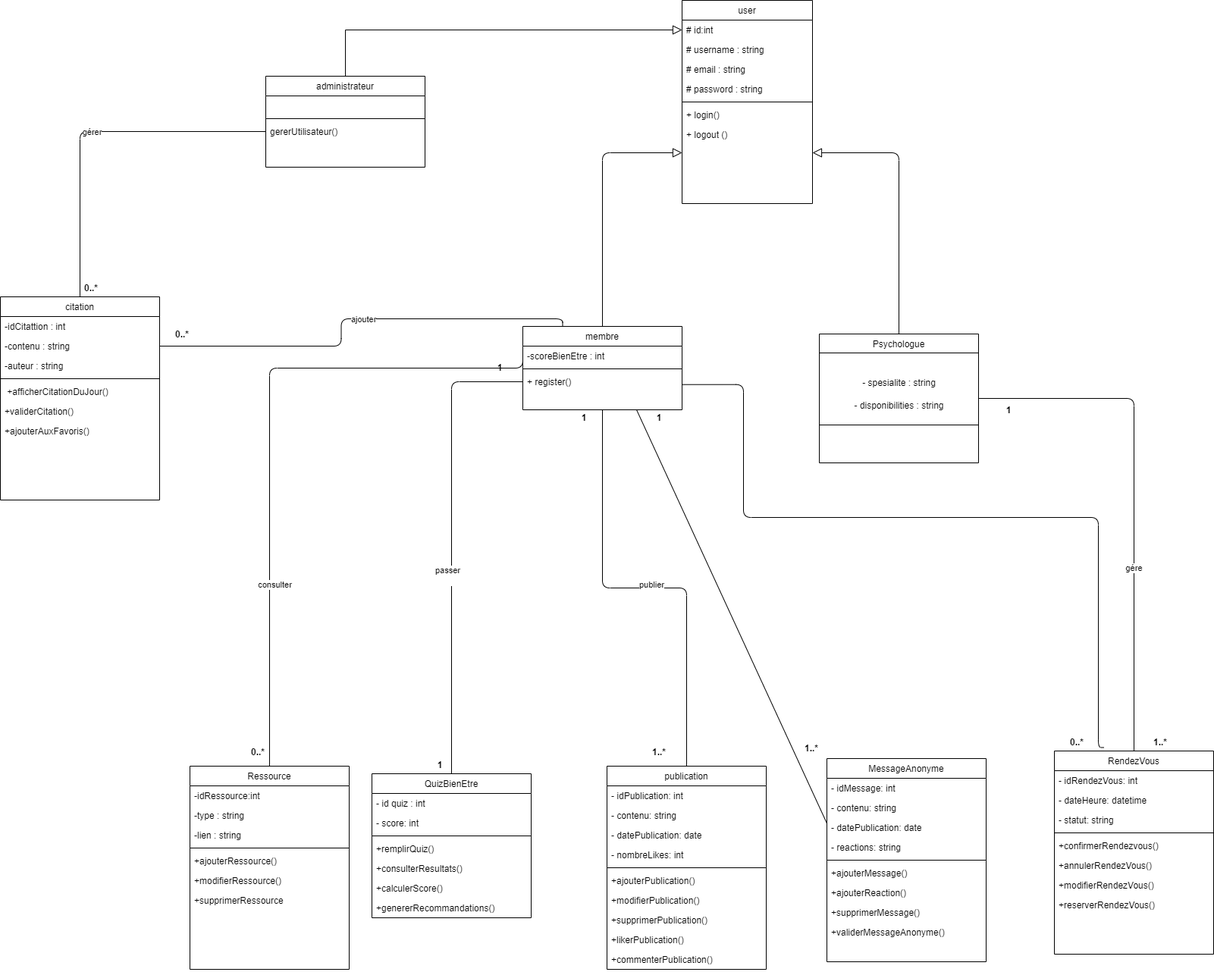
Above: dossier principal/conception UML/diagramme de classe.drawio.png in HananeOubaha/projet-fil-rouge- (draw.io), before the change. Source tidied: cells renumbered, new cells last; positions are measured from the earlier drawing's top-left corner, leaving out a move shared by most shapes.
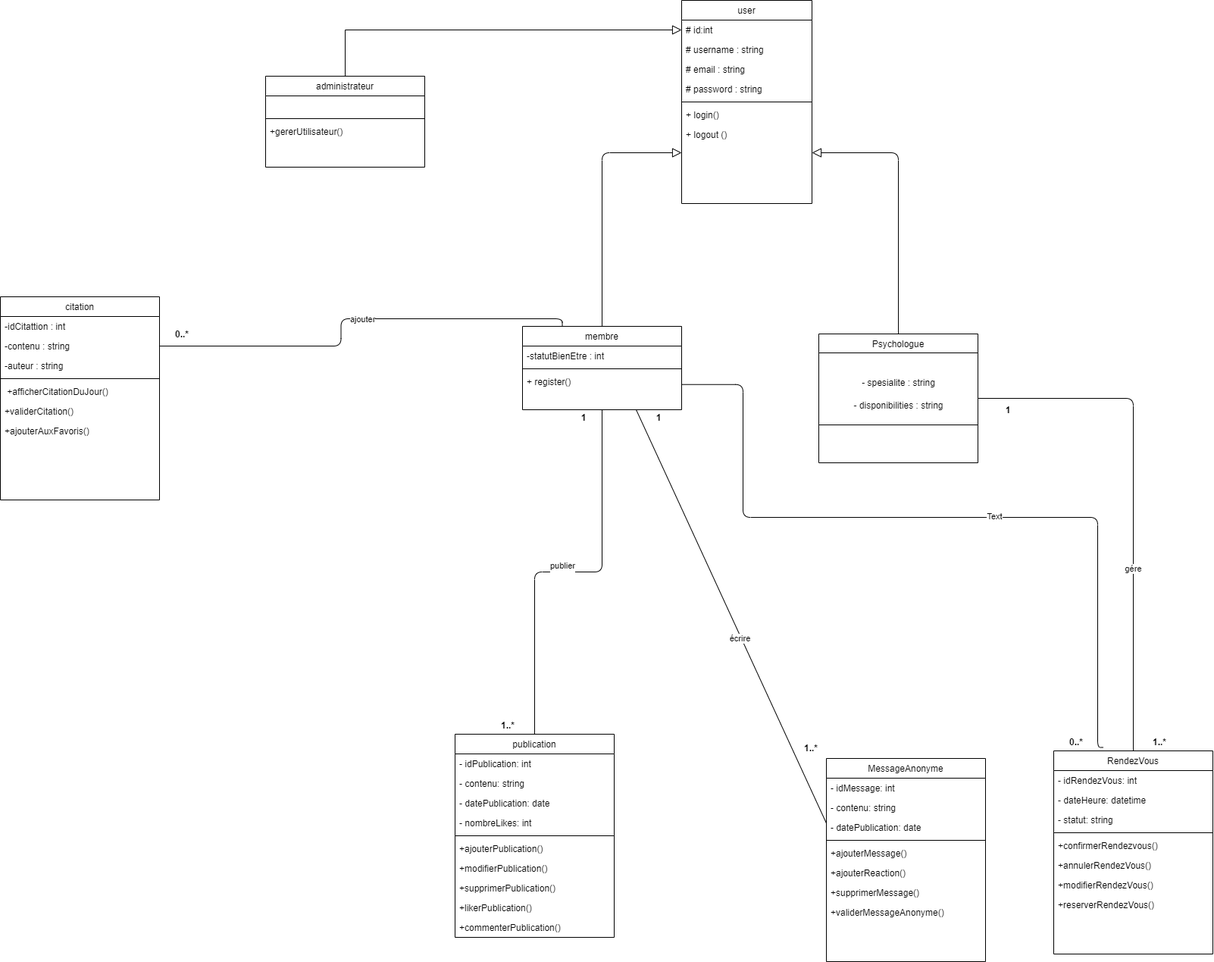
After the change.

Change to the diagram source:
```diff
@@ -35,7 +35,7 @@
     <mxCell id="12" style="line;html=1;strokeWidth=1;align=left;verticalAlign=middle;spacingTop=-1;spacingLeft=3;spacingRight=3;labelPosition=right;" parent="10" vertex="1">
       <mxGeometry y="52" width="210" height="8" as="geometry" />
     </mxCell>
-    <mxCell id="13" value="gererUtilisateur()" style="text;align=left;verticalAlign=top;spacingLeft=4;spacingRight=4;overflow=hidden;points=[[0,0.5],[1,0.5]];portConstraint=eastwest;" parent="10" vertex="1">
+    <mxCell id="13" value="+gererUtilisateur()" style="text;align=left;verticalAlign=top;spacingLeft=4;spacingRight=4;overflow=hidden;points=[[0,0.5],[1,0.5]];portConstraint=eastwest;" parent="10" vertex="1">
       <mxGeometry y="60" width="210" height="26" as="geometry" />
     </mxCell>
     <mxCell id="14" style="edgeStyle=orthogonalEdgeStyle;html=1;entryX=0;entryY=0.75;entryDx=0;entryDy=0;endArrow=block;endFill=0;endSize=10;" parent="1" edge="1" source="15" target="2">
@@ -44,7 +44,7 @@
     <mxCell id="15" value="membre" style="swimlane;fontStyle=0;align=center;verticalAlign=top;horizontal=1;startSize=26;rounded=0;shadow=0;strokeWidth=1;" parent="1" vertex="1">
       <mxGeometry x="689" y="430" width="210" height="110" as="geometry" />
     </mxCell>
-    <mxCell id="16" value="-scoreBienEtre : int" style="text;align=left;verticalAlign=top;spacingLeft=4;spacingRight=4;overflow=hidden;" parent="15" vertex="1">
+    <mxCell id="16" value="-statutBienEtre : int" style="text;align=left;verticalAlign=top;spacingLeft=4;spacingRight=4;overflow=hidden;" parent="15" vertex="1">
       <mxGeometry y="26" width="210" height="26" as="geometry" />
     </mxCell>
     <mxCell id="17" style="line;html=1;strokeWidth=1;align=left;verticalAlign=middle;spacingTop=-1;spacingLeft=3;spacingRight=3;labelPosition=right;" parent="15" vertex="1">
@@ -77,32 +77,8 @@
     <mxCell id="26" style="html=1;align=center;verticalAlign=top;labelBackgroundColor=none;" parent="25" vertex="1">
       <mxGeometry relative="1" as="geometry" />
     </mxCell>
-    <mxCell id="27" value="QuizBienEtre&#10;" style="swimlane;fontStyle=0;align=center;verticalAlign=top;horizontal=1;startSize=26;rounded=0;shadow=0;strokeWidth=1;" parent="1" vertex="1">
-      <mxGeometry x="490" y="1020" width="210" height="190" as="geometry" />
-    </mxCell>
-    <mxCell id="28" value="- id quiz : int" style="text;align=left;verticalAlign=top;spacingLeft=4;spacingRight=4;overflow=hidden;" parent="27" vertex="1">
-      <mxGeometry y="26" width="210" height="26" as="geometry" />
-    </mxCell>
-    <mxCell id="29" value="- score: int" style="text;align=left;verticalAlign=top;spacingLeft=4;spacingRight=4;overflow=hidden;" parent="27" vertex="1">
-      <mxGeometry y="52" width="210" height="26" as="geometry" />
-    </mxCell>
-    <mxCell id="30" style="line;html=1;strokeWidth=1;align=left;verticalAlign=middle;spacingTop=-1;spacingLeft=3;spacingRight=3;labelPosition=right;" parent="27" vertex="1">
-      <mxGeometry y="78" width="210" height="8" as="geometry" />
-    </mxCell>
-    <mxCell id="31" value="+remplirQuiz()" style="text;align=left;verticalAlign=top;spacingLeft=4;spacingRight=4;overflow=hidden;" parent="27" vertex="1">
-      <mxGeometry y="86" width="210" height="26" as="geometry" />
-    </mxCell>
-    <mxCell id="32" value="+consulterResultats()" style="text;align=left;verticalAlign=top;spacingLeft=4;spacingRight=4;overflow=hidden;" parent="27" vertex="1">
-      <mxGeometry y="112" width="210" height="26" as="geometry" />
-    </mxCell>
-    <mxCell id="33" value="+calculerScore()" style="text;align=left;verticalAlign=top;spacingLeft=4;spacingRight=4;overflow=hidden;" parent="27" vertex="1">
-      <mxGeometry y="138" width="210" height="26" as="geometry" />
-    </mxCell>
-    <mxCell id="34" value="+genererRecommandations()" style="text;align=left;verticalAlign=top;spacingLeft=4;spacingRight=4;overflow=hidden;" parent="27" vertex="1">
-      <mxGeometry y="164" width="210" height="26" as="geometry" />
-    </mxCell>
     <mxCell id="35" value="publication" style="swimlane;fontStyle=0;align=center;verticalAlign=top;horizontal=1;startSize=26;rounded=0;shadow=0;strokeWidth=1;" parent="1" vertex="1">
-      <mxGeometry x="800" y="1010" width="210" height="268" as="geometry" />
+      <mxGeometry x="600" y="968" width="210" height="268" as="geometry" />
     </mxCell>
     <mxCell id="36" value="- idPublication: int" style="text;align=left;verticalAlign=top;spacingLeft=4;spacingRight=4;overflow=hidden;" parent="35" vertex="1">
       <mxGeometry y="26" width="210" height="26" as="geometry" />
@@ -146,23 +122,20 @@
     <mxCell id="49" value="- datePublication: date" style="text;align=left;verticalAlign=top;spacingLeft=4;spacingRight=4;overflow=hidden;" parent="46" vertex="1">
       <mxGeometry y="78" width="210" height="26" as="geometry" />
     </mxCell>
-    <mxCell id="50" value="- reactions: string" style="text;align=left;verticalAlign=top;spacingLeft=4;spacingRight=4;overflow=hidden;" parent="46" vertex="1">
-      <mxGeometry y="104" width="210" height="26" as="geometry" />
-    </mxCell>
     <mxCell id="51" style="line;html=1;strokeWidth=1;align=left;verticalAlign=middle;spacingTop=-1;spacingLeft=3;spacingRight=3;labelPosition=right;" parent="46" vertex="1">
-      <mxGeometry y="130" width="210" height="8" as="geometry" />
+      <mxGeometry y="104" width="210" height="8" as="geometry" />
     </mxCell>
     <mxCell id="52" value="+ajouterMessage()" style="text;align=left;verticalAlign=top;spacingLeft=4;spacingRight=4;overflow=hidden;" parent="46" vertex="1">
-      <mxGeometry y="138" width="210" height="26" as="geometry" />
+      <mxGeometry y="112" width="210" height="26" as="geometry" />
     </mxCell>
     <mxCell id="53" value="+ajouterReaction()" style="text;align=left;verticalAlign=top;spacingLeft=4;spacingRight=4;overflow=hidden;" parent="46" vertex="1">
-      <mxGeometry y="164" width="210" height="26" as="geometry" />
+      <mxGeometry y="138" width="210" height="26" as="geometry" />
     </mxCell>
     <mxCell id="54" value="+supprimerMessage()" style="text;align=left;verticalAlign=top;spacingLeft=4;spacingRight=4;overflow=hidden;" parent="46" vertex="1">
-      <mxGeometry y="190" width="210" height="26" as="geometry" />
+      <mxGeometry y="164" width="210" height="26" as="geometry" />
     </mxCell>
     <mxCell id="55" value="+validerMessageAnonyme()" style="text;align=left;verticalAlign=top;spacingLeft=4;spacingRight=4;overflow=hidden;" parent="46" vertex="1">
-      <mxGeometry y="216" width="210" height="26" as="geometry" />
+      <mxGeometry y="190" width="210" height="26" as="geometry" />
     </mxCell>
     <mxCell id="56" value="RendezVous&#10;" style="swimlane;fontStyle=0;align=center;verticalAlign=top;horizontal=1;startSize=26;rounded=0;shadow=0;strokeWidth=1;" parent="1" vertex="1">
       <mxGeometry x="1390" y="990" width="210" height="268" as="geometry" />
@@ -191,30 +164,6 @@
     <mxCell id="64" value="+reserverRendezVous()" style="text;align=left;verticalAlign=top;spacingLeft=4;spacingRight=4;overflow=hidden;" parent="56" vertex="1">
       <mxGeometry y="190" width="210" height="26" as="geometry" />
     </mxCell>
-    <mxCell id="65" value="Ressource" style="swimlane;fontStyle=0;align=center;verticalAlign=top;horizontal=1;startSize=26;rounded=0;shadow=0;strokeWidth=1;" parent="1" vertex="1">
-      <mxGeometry x="250" y="1010" width="210" height="268" as="geometry" />
-    </mxCell>
-    <mxCell id="66" value="-idRessource:int" style="text;align=left;verticalAlign=top;spacingLeft=4;spacingRight=4;overflow=hidden;" parent="65" vertex="1">
-      <mxGeometry y="26" width="210" height="26" as="geometry" />
-    </mxCell>
-    <mxCell id="67" value="-type : string" style="text;align=left;verticalAlign=top;spacingLeft=4;spacingRight=4;overflow=hidden;" parent="65" vertex="1">
-      <mxGeometry y="52" width="210" height="26" as="geometry" />
-    </mxCell>
-    <mxCell id="68" value="-lien : string" style="text;align=left;verticalAlign=top;spacingLeft=4;spacingRight=4;overflow=hidden;" parent="65" vertex="1">
-      <mxGeometry y="78" width="210" height="26" as="geometry" />
-    </mxCell>
-    <mxCell id="69" style="line;html=1;strokeWidth=1;align=left;verticalAlign=middle;spacingTop=-1;spacingLeft=3;spacingRight=3;labelPosition=right;" parent="65" vertex="1">
-      <mxGeometry y="104" width="210" height="8" as="geometry" />
-    </mxCell>
-    <mxCell id="70" value="+ajouterRessource()" style="text;align=left;verticalAlign=top;spacingLeft=4;spacingRight=4;overflow=hidden;" parent="65" vertex="1">
-      <mxGeometry y="112" width="210" height="26" as="geometry" />
-    </mxCell>
-    <mxCell id="71" value="+modifierRessource()" style="text;align=left;verticalAlign=top;spacingLeft=4;spacingRight=4;overflow=hidden;" parent="65" vertex="1">
-      <mxGeometry y="138" width="210" height="26" as="geometry" />
-    </mxCell>
-    <mxCell id="72" value="+supprimerRessource" style="text;align=left;verticalAlign=top;spacingLeft=4;spacingRight=4;overflow=hidden;" parent="65" vertex="1">
-      <mxGeometry y="164" width="210" height="26" as="geometry" />
-    </mxCell>
     <mxCell id="73" value="citation" style="swimlane;fontStyle=0;align=center;verticalAlign=top;horizontal=1;startSize=26;rounded=0;shadow=0;strokeWidth=1;" parent="1" vertex="1">
       <mxGeometry y="391" width="210" height="268" as="geometry" />
     </mxCell>
@@ -242,18 +191,12 @@
     <mxCell id="81" value="1" style="text;html=1;strokeColor=none;fillColor=none;align=center;verticalAlign=middle;whiteSpace=wrap;rounded=0;fontStyle=1;" parent="1" vertex="1">
       <mxGeometry x="1300" y="530" width="60" height="22" as="geometry" />
     </mxCell>
-    <mxCell id="82" value="1" style="text;html=1;strokeColor=none;fillColor=none;align=center;verticalAlign=middle;whiteSpace=wrap;rounded=0;fontStyle=1;" parent="1" vertex="1">
-      <mxGeometry x="629" y="474" width="60" height="22" as="geometry" />
-    </mxCell>
     <mxCell id="83" value="1" style="text;html=1;strokeColor=none;fillColor=none;align=center;verticalAlign=middle;whiteSpace=wrap;rounded=0;fontStyle=1;" parent="1" vertex="1">
       <mxGeometry x="740" y="540" width="60" height="22" as="geometry" />
     </mxCell>
     <mxCell id="84" value="1..*" style="text;html=1;strokeColor=none;fillColor=none;align=center;verticalAlign=middle;whiteSpace=wrap;rounded=0;fontStyle=1;" parent="1" vertex="1">
-      <mxGeometry x="839" y="981" width="60" height="22" as="geometry" />
+      <mxGeometry x="640" y="946" width="60" height="22" as="geometry" />
     </mxCell>
-    <mxCell id="85" value="1" style="text;html=1;strokeColor=none;fillColor=none;align=center;verticalAlign=middle;whiteSpace=wrap;rounded=0;fontStyle=1;" parent="1" vertex="1">
-      <mxGeometry x="550" y="998" width="60" height="22" as="geometry" />
-    </mxCell>
     <mxCell id="86" style="endArrow=none;html=1;entryX=1;entryY=0.5;entryDx=0;entryDy=0;exitX=0.5;exitY=0;exitDx=0;exitDy=0;edgeStyle=orthogonalEdgeStyle;" parent="1" edge="1" source="56" target="20">
       <mxGeometry relative="1" as="geometry" />
     </mxCell>
@@ -265,14 +208,6 @@
     <mxCell id="88" value="1..*" style="text;html=1;strokeColor=none;fillColor=none;align=center;verticalAlign=middle;whiteSpace=wrap;rounded=0;fontStyle=1;" parent="1" vertex="1">
       <mxGeometry x="1500" y="968" width="60" height="22" as="geometry" />
     </mxCell>
-    <mxCell id="89" style="endArrow=none;html=1;entryX=0;entryY=0.5;entryDx=0;entryDy=0;exitX=0.5;exitY=0;exitDx=0;exitDy=0;edgeStyle=orthogonalEdgeStyle;" parent="1" edge="1" source="27" target="18">
-      <mxGeometry relative="1" as="geometry" />
-    </mxCell>
-    <mxCell id="90" value="passer&lt;div&gt;&lt;br&gt;&lt;/div&gt;" style="edgeLabel;html=1;align=center;verticalAlign=middle;" parent="89" vertex="1">
-      <mxGeometry x="-0.15" y="6" relative="1" as="geometry">
-        <mxPoint y="-1" as="offset" />
-      </mxGeometry>
-    </mxCell>
     <mxCell id="91" style="endArrow=none;html=1;entryX=0.5;entryY=1;entryDx=0;entryDy=0;exitX=0.5;exitY=0;exitDx=0;exitDy=0;edgeStyle=orthogonalEdgeStyle;" parent="1" edge="1" source="35" target="15">
       <mxGeometry relative="1" as="geometry" />
     </mxCell>
@@ -284,6 +219,11 @@
         <mxPoint x="1090" y="1085.4" as="sourcePoint" />
       </mxGeometry>
     </mxCell>
+    <mxCell id="107" value="écrire" style="edgeLabel;html=1;align=center;verticalAlign=middle;" parent="93" vertex="1">
+      <mxGeometry x="-0.1" y="2" relative="1" as="geometry">
+        <mxPoint x="-1" as="offset" />
+      </mxGeometry>
+    </mxCell>
     <mxCell id="94" value="1" style="text;html=1;strokeColor=none;fillColor=none;align=center;verticalAlign=middle;whiteSpace=wrap;rounded=0;fontStyle=1;" parent="1" vertex="1">
       <mxGeometry x="839" y="540" width="60" height="22" as="geometry" />
     </mxCell>
@@ -301,23 +241,12 @@
         </Array>
       </mxGeometry>
     </mxCell>
+    <mxCell id="108" value="Text" style="edgeLabel;html=1;align=center;verticalAlign=middle;" parent="96" vertex="1">
+      <mxGeometry x="-0.14" y="-2" relative="1" as="geometry" />
+    </mxCell>
     <mxCell id="97" value="0..*" style="text;html=1;strokeColor=none;fillColor=none;align=center;verticalAlign=middle;whiteSpace=wrap;rounded=0;fontStyle=1;" parent="1" vertex="1">
       <mxGeometry x="1390" y="968" width="60" height="22" as="geometry" />
     </mxCell>
-    <mxCell id="98" style="endArrow=none;html=1;exitX=0.5;exitY=0;exitDx=0;exitDy=0;entryX=0;entryY=0.25;entryDx=0;entryDy=0;edgeStyle=orthogonalEdgeStyle;" parent="1" edge="1" source="65" target="15">
-      <mxGeometry relative="1" as="geometry">
-        <Array as="points">
-          <mxPoint x="355" y="485" />
-          <mxPoint x="689" y="485" />
-        </Array>
-      </mxGeometry>
-    </mxCell>
-    <mxCell id="99" value="consulter" style="edgeLabel;html=1;align=center;verticalAlign=middle;" parent="98" vertex="1">
-      <mxGeometry x="-0.46" y="-6" relative="1" as="geometry" />
-    </mxCell>
-    <mxCell id="100" value="0..*" style="text;html=1;strokeColor=none;fillColor=none;align=center;verticalAlign=middle;whiteSpace=wrap;rounded=0;fontStyle=1;" parent="1" vertex="1">
-      <mxGeometry x="310" y="981" width="60" height="22" as="geometry" />
-    </mxCell>
     <mxCell id="101" style="endArrow=none;html=1;exitX=1;exitY=0.5;exitDx=0;exitDy=0;entryX=0.25;entryY=0;entryDx=0;entryDy=0;edgeStyle=orthogonalEdgeStyle;" parent="1" edge="1" source="75" target="15">
       <mxGeometry relative="1" as="geometry" />
     </mxCell>
@@ -327,16 +256,5 @@
     <mxCell id="103" value="0..*" style="text;html=1;strokeColor=none;fillColor=none;align=center;verticalAlign=middle;whiteSpace=wrap;rounded=0;fontStyle=1;" parent="1" vertex="1">
       <mxGeometry x="210" y="430" width="60" height="22" as="geometry" />
     </mxCell>
-    <mxCell id="104" style="endArrow=none;html=1;exitX=0.5;exitY=0;exitDx=0;exitDy=0;entryX=0;entryY=0.5;entryDx=0;entryDy=0;edgeStyle=orthogonalEdgeStyle;" parent="1" edge="1" source="73" target="13">
-      <mxGeometry relative="1" as="geometry" />
-    </mxCell>
-    <mxCell id="105" value="gérer" style="edgeLabel;html=1;align=center;verticalAlign=middle;" parent="104" vertex="1">
-      <mxGeometry x="-0.02" y="11" relative="1" as="geometry">
-        <mxPoint x="7" y="11" as="offset" />
-      </mxGeometry>
-    </mxCell>
-    <mxCell id="106" value="0..*" style="text;html=1;strokeColor=none;fillColor=none;align=center;verticalAlign=middle;whiteSpace=wrap;rounded=0;fontStyle=1;" parent="1" vertex="1">
-      <mxGeometry x="90" y="369" width="60" height="22" as="geometry" />
-    </mxCell>
   </root>
 </mxGraphModel>
```
